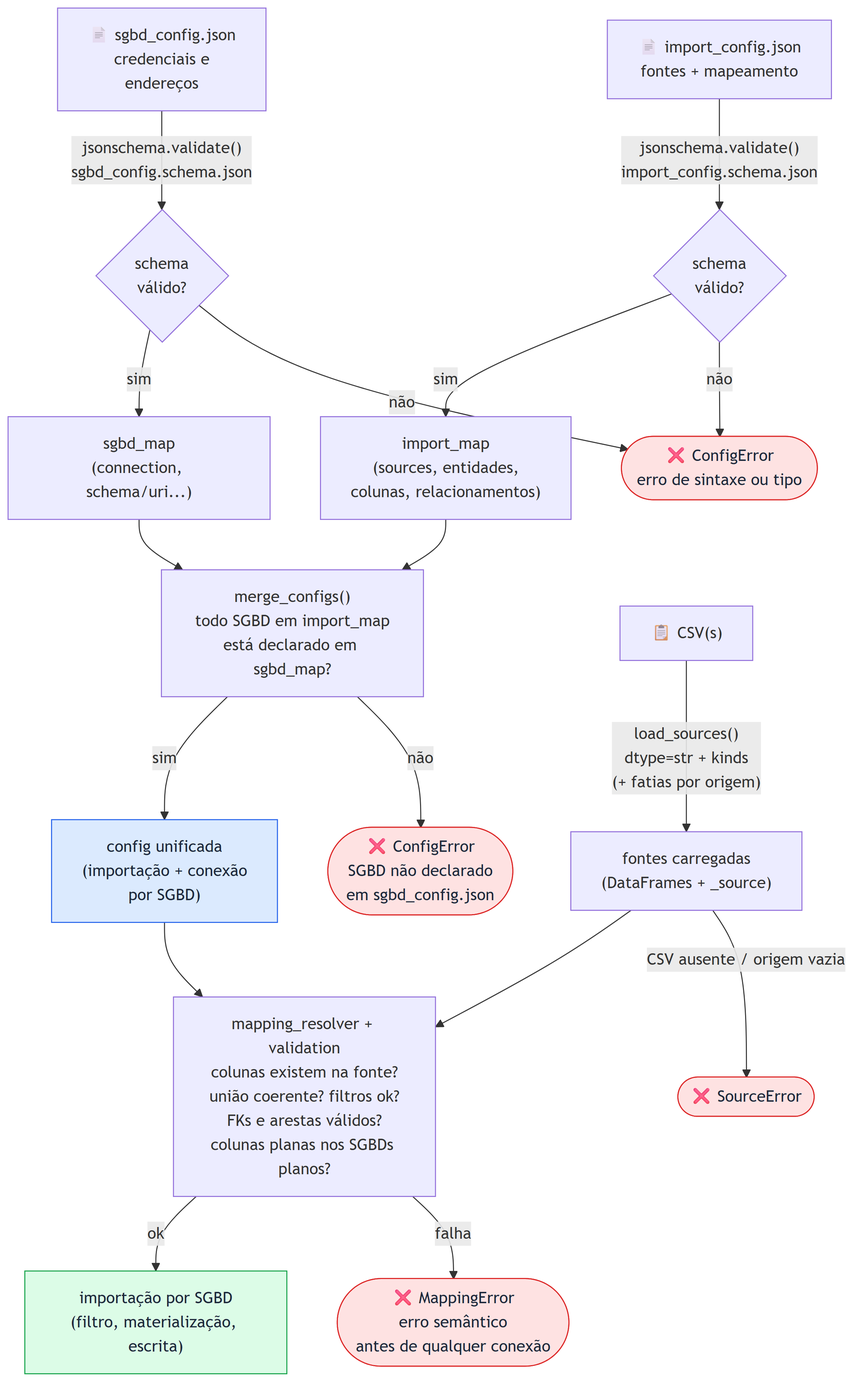
Above: docs-tcc/images/figure10-config-pipeline.png in lucasbc92/polyglot-import-csv (Mermaid), before the change. Its source is kept beside it as docs-tcc/images/figure10-config-pipeline.mmd. Source of this version:
```mermaid
flowchart TD
    A["📄 import_config.json\nfontes + mapeamento"] -->|"jsonschema.validate()\nimport_config.schema.json"| B{schema\nválido?}
    C["📄 sgbd_config.json\ncredenciais e\nendereços"] -->|"jsonschema.validate()\nsgbd_config.schema.json"| D{schema\nválido?}

    B -->|não| E(["❌ ConfigError\nerro de sintaxe ou tipo"])
    D -->|não| E

    B -->|sim| F["import_map\n(sources, entidades,\ncolunas, relacionamentos)"]
    D -->|sim| G["sgbd_map\n(connection, schema/uri...)"]

    F --> H["merge_configs()\ntodo SGBD em import_map\nestá declarado em sgbd_map?"]
    G --> H

    H -->|não| I(["❌ ConfigError\nSGBD não declarado\nem sgbd_config.json"])
    H -->|sim| J["config unificada\n(importação + conexão\npor SGBD)"]

    K["📋 CSV(s)"] -->|"load_sources()\ndtype=str + kinds\n(+ fatias por origem)"| L["fontes carregadas\n(DataFrames + _source)"]

    L -->|"CSV ausente / origem vazia"| SE(["❌ SourceError"])

    J --> M["mapping_resolver + validation\ncolunas existem na fonte?\nunião coerente? filtros ok?\nFKs e arestas válidos?\ncolunas planas nos SGBDs planos?"]
    L --> M

    M -->|falha| N(["❌ MappingError\nerro semântico\nantes de qualquer conexão"])
    M -->|ok| O["importação por SGBD\n(filtro, materialização, escrita)"]

    style E fill:#fee2e2,stroke:#dc2626,color:#1e293b
    style I fill:#fee2e2,stroke:#dc2626,color:#1e293b
    style N fill:#fee2e2,stroke:#dc2626,color:#1e293b
    style SE fill:#fee2e2,stroke:#dc2626,color:#1e293b
    style O fill:#dcfce7,stroke:#16a34a,color:#1e293b
    style J fill:#dbeafe,stroke:#2563eb,color:#1e293b
```
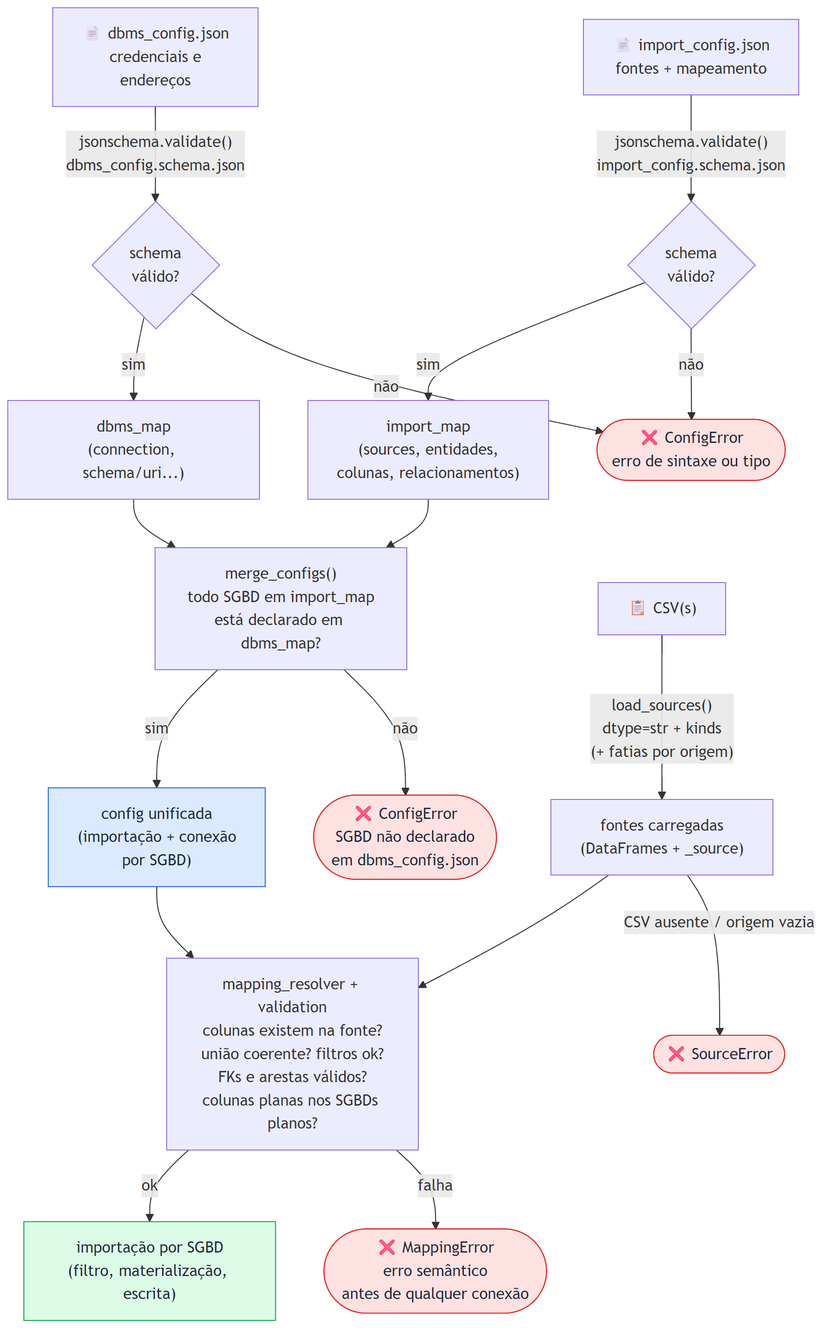
The same diagram one commit later.

Change to the diagram source:
```diff
@@ -1,17 +1,17 @@
 flowchart TD
     A["📄 import_config.json\nfontes + mapeamento"] -->|"jsonschema.validate()\nimport_config.schema.json"| B{schema\nválido?}
-    C["📄 sgbd_config.json\ncredenciais e\nendereços"] -->|"jsonschema.validate()\nsgbd_config.schema.json"| D{schema\nválido?}
+    C["📄 dbms_config.json\ncredenciais e\nendereços"] -->|"jsonschema.validate()\ndbms_config.schema.json"| D{schema\nválido?}
 
     B -->|não| E(["❌ ConfigError\nerro de sintaxe ou tipo"])
     D -->|não| E
 
     B -->|sim| F["import_map\n(sources, entidades,\ncolunas, relacionamentos)"]
-    D -->|sim| G["sgbd_map\n(connection, schema/uri...)"]
+    D -->|sim| G["dbms_map\n(connection, schema/uri...)"]
 
-    F --> H["merge_configs()\ntodo SGBD em import_map\nestá declarado em sgbd_map?"]
+    F --> H["merge_configs()\ntodo SGBD em import_map\nestá declarado em dbms_map?"]
     G --> H
 
-    H -->|não| I(["❌ ConfigError\nSGBD não declarado\nem sgbd_config.json"])
+    H -->|não| I(["❌ ConfigError\nSGBD não declarado\nem dbms_config.json"])
     H -->|sim| J["config unificada\n(importação + conexão\npor SGBD)"]
 
     K["📋 CSV(s)"] -->|"load_sources()\ndtype=str + kinds\n(+ fatias por origem)"| L["fontes carregadas\n(DataFrames + _source)"]
```
